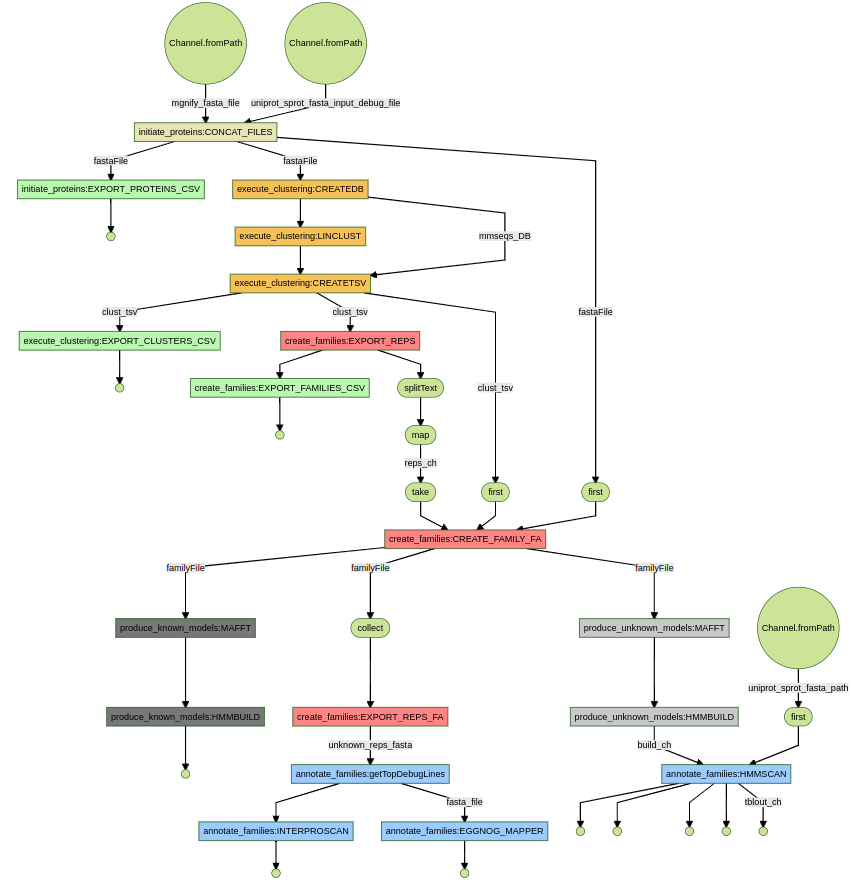
EBI-Metagenomics/mgnifams keeps this Mermaid diagram as mgnifams_mermaid-flow.png. Above is the earlier version. Its source is kept beside it as mgnifams_mermaid-flow.mmd. Source of this version:
```mermaid
flowchart TD
	p0(("Channel.fromPath")) -->|"mgnify_fasta_file"| p2["initiate_proteins:CONCAT_FILES"]
	style p2 fill:#eae3b3
	p1(("Channel.fromPath")) -->|"uniprot_sprot_fasta_input_debug_file"| p2
	p2 -->|"fastaFile"| p3["initiate_proteins:EXPORT_PROTEINS_CSV"]
	style p3 fill:#baf8b1
	p3 --> p4((" "))
	p2 -->|"fastaFile"| p5["execute_clustering:CREATEDB"]
	style p5 fill:#f5c158
	p5 --> p6["execute_clustering:LINCLUST"]
	style p6 fill:#f5c158
	p6 --> p7["execute_clustering:CREATETSV"]
	style p7 fill:#f5c158
	p5 -->|"mmseqs_DB"| p7
	p7 -->|"clust_tsv"| p8["execute_clustering:EXPORT_CLUSTERING_CSV"]
	style p8 fill:#baf8b1
	p8 --> p9((" "))
	p7 -->|"clust_tsv"| p10["create_families:EXPORT_REPS"]
	style p10 fill:#ff8585
	p10 --> p11["create_families:EXPORT_FAMILIES_CSV"]
	style p11 fill:#baf8b1
	p11 --> p12((" "))
	p10 --> p13(["splitText"])
	p13 --> p14(["map"])
	p14 -->|"reps_ch"| p17(["take"])
	p7 -->|"clust_tsv"| p15(["first"])
	p15 --> p18["create_families:CREATE_FAMILY_FA"]
	style p18 fill:#ff8585
	p2 -->|"fastaFile"| p16(["first"])
	p16 --> p18
	p17 --> p18
	p18 -->|"familyFile"| p23["produce_known_models:MAFFT"]
	style p23 fill:#787878
	p18 -->|"familyFile"| p19(["collect"])
	p19 --> p20["create_families:EXPORT_REPS_FA"]
	style p20 fill:#ff8585
	p20 -->|"unknown_reps_fasta"| p27["annotate_unknown:getTopDebugLines"]
	style p27 fill:#9cccff
	p18 -->|"familyFile"| p21["produce_unknown_models:MAFFT"]
	style p21 fill:#c8c8c8
	p21 --> p22["produce_unknown_models:HMMBUILD"]
	style p22 fill:#c8c8c8
	p22 -->|"build_ch"| p33["annotate_unknown:HMMSCAN"]
	style p33 fill:#9cccff
	p23 --> p24["produce_known_models:HMMBUILD"]
	style p24 fill:#787878
	p24 --> p25((" "))
	p26(("Channel.fromPath")) -->|"uniprot_sprot_fasta_path"| p32(["first"])
	p27 --> p28["annotate_unknown:INTERPROSCAN"]
	style p28 fill:#9cccff
	p28 --> p29((" "))
	p27 -->|"fasta_file"| p30["annotate_unknown:EGGNOG_MAPPER"]
	style p30 fill:#9cccff
	p30 --> p31((" "))
	p32 --> p33
	p33 --> p38((" "))
	p33 --> p37((" "))
	p33 --> p36((" "))
	p33 --> p35((" "))
	p33 -->|"tblout_ch"| p34((" "))

```
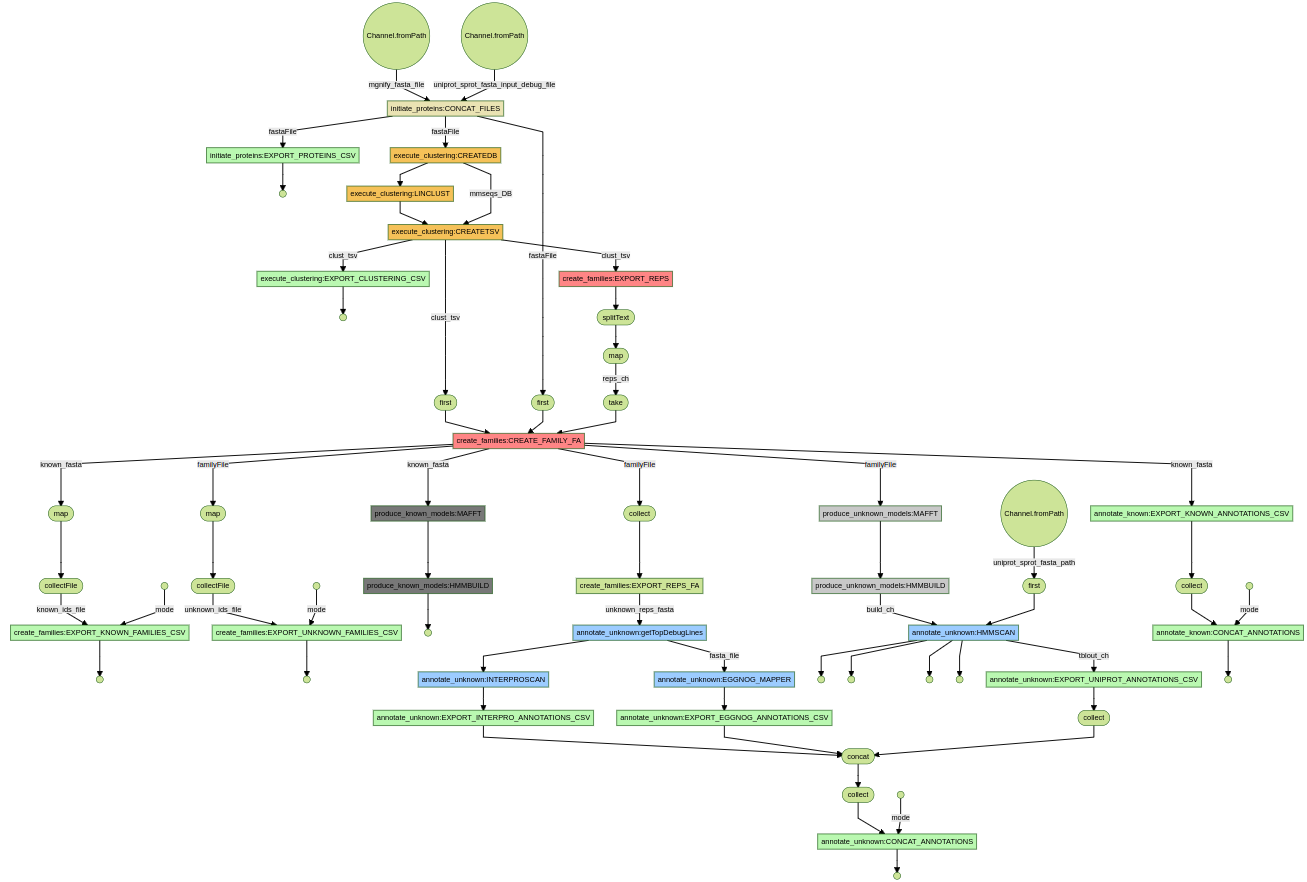
Later version of the same file.

Commit message:
exporting unknown fam annotations CSVs

Change to the diagram source:
```diff
@@ -1,61 +1,145 @@
 flowchart TD
-	p0(("Channel.fromPath")) -->|"mgnify_fasta_file"| p2["initiate_proteins:CONCAT_FILES"]
-	style p2 fill:#eae3b3
-	p1(("Channel.fromPath")) -->|"uniprot_sprot_fasta_input_debug_file"| p2
-	p2 -->|"fastaFile"| p3["initiate_proteins:EXPORT_PROTEINS_CSV"]
-	style p3 fill:#baf8b1
-	p3 --> p4((" "))
-	p2 -->|"fastaFile"| p5["execute_clustering:CREATEDB"]
-	style p5 fill:#f5c158
-	p5 --> p6["execute_clustering:LINCLUST"]
-	style p6 fill:#f5c158
-	p6 --> p7["execute_clustering:CREATETSV"]
-	style p7 fill:#f5c158
-	p5 -->|"mmseqs_DB"| p7
-	p7 -->|"clust_tsv"| p8["execute_clustering:EXPORT_CLUSTERING_CSV"]
-	style p8 fill:#baf8b1
-	p8 --> p9((" "))
-	p7 -->|"clust_tsv"| p10["create_families:EXPORT_REPS"]
-	style p10 fill:#ff8585
-	p10 --> p11["create_families:EXPORT_FAMILIES_CSV"]
-	style p11 fill:#baf8b1
-	p11 --> p12((" "))
-	p10 --> p13(["splitText"])
-	p13 --> p14(["map"])
-	p14 -->|"reps_ch"| p17(["take"])
-	p7 -->|"clust_tsv"| p15(["first"])
-	p15 --> p18["create_families:CREATE_FAMILY_FA"]
-	style p18 fill:#ff8585
-	p2 -->|"fastaFile"| p16(["first"])
-	p16 --> p18
-	p17 --> p18
-	p18 -->|"familyFile"| p23["produce_known_models:MAFFT"]
-	style p23 fill:#787878
-	p18 -->|"familyFile"| p19(["collect"])
-	p19 --> p20["create_families:EXPORT_REPS_FA"]
-	style p20 fill:#ff8585
-	p20 -->|"unknown_reps_fasta"| p27["annotate_unknown:getTopDebugLines"]
-	style p27 fill:#9cccff
-	p18 -->|"familyFile"| p21["produce_unknown_models:MAFFT"]
-	style p21 fill:#c8c8c8
-	p21 --> p22["produce_unknown_models:HMMBUILD"]
-	style p22 fill:#c8c8c8
-	p22 -->|"build_ch"| p33["annotate_unknown:HMMSCAN"]
-	style p33 fill:#9cccff
-	p23 --> p24["produce_known_models:HMMBUILD"]
-	style p24 fill:#787878
-	p24 --> p25((" "))
-	p26(("Channel.fromPath")) -->|"uniprot_sprot_fasta_path"| p32(["first"])
-	p27 --> p28["annotate_unknown:INTERPROSCAN"]
-	style p28 fill:#9cccff
-	p28 --> p29((" "))
-	p27 -->|"fasta_file"| p30["annotate_unknown:EGGNOG_MAPPER"]
-	style p30 fill:#9cccff
-	p30 --> p31((" "))
-	p32 --> p33
-	p33 --> p38((" "))
-	p33 --> p37((" "))
-	p33 --> p36((" "))
-	p33 --> p35((" "))
-	p33 -->|"tblout_ch"| p34((" "))
-
+    p0((Channel.fromPath))
+    p1((Channel.fromPath))
+    p2[initiate_proteins:CONCAT_FILES]
+    style p2 fill:#eae3b3
+    p3[initiate_proteins:EXPORT_PROTEINS_CSV]
+    style p3 fill:#baf8b1
+    p4(( ))
+    p5[execute_clustering:CREATEDB]
+    style p5 fill:#f5c158
+    p6[execute_clustering:LINCLUST]
+    style p6 fill:#f5c158
+    p7[execute_clustering:CREATETSV]
+    style p7 fill:#f5c158
+    p8[execute_clustering:EXPORT_CLUSTERING_CSV]
+    style p8 fill:#baf8b1
+    p9(( ))
+    p10[create_families:EXPORT_REPS]
+    style p10 fill:#ff8585
+    p11([splitText])
+    p12([map])
+    p13([first])
+    p14([first])
+    p15([take])
+    p16[create_families:CREATE_FAMILY_FA]
+    style p16 fill:#ff8585
+    p17([map])
+    p18([collectFile])
+    p19(( ))
+    p20[create_families:EXPORT_KNOWN_FAMILIES_CSV]
+    style p20 fill:#baf8b1
+    p21(( ))
+    p22([collect])
+    p23[create_families:EXPORT_REPS_FA]
+    p24([map])
+    p25([collectFile])
+    p26(( ))
+    p27[create_families:EXPORT_UNKNOWN_FAMILIES_CSV]
+    style p27 fill:#baf8b1
+    p28(( ))
+    p29[produce_unknown_models:MAFFT]
+    style p29 fill:#c8c8c8
+    p30[produce_unknown_models:HMMBUILD]
+    style p30 fill:#c8c8c8
+    p31[produce_known_models:MAFFT]
+    style p31 fill:#787878
+    p32[produce_known_models:HMMBUILD]
+    style p32 fill:#787878
+    p33(( ))
+    p34((Channel.fromPath))
+    p35[annotate_unknown:getTopDebugLines]
+    style p35 fill:#9cccff
+    p36[annotate_unknown:INTERPROSCAN]
+    style p36 fill:#9cccff
+    p37[annotate_unknown:EGGNOG_MAPPER]
+    style p37 fill:#9cccff
+    p38([first])
+    p39[annotate_unknown:HMMSCAN]
+    style p39 fill:#9cccff
+    p40(( ))
+    p41(( ))
+    p42(( ))
+    p43(( ))
+    p44[annotate_unknown:EXPORT_INTERPRO_ANNOTATIONS_CSV]
+    style p44 fill:#baf8b1
+    p45[annotate_unknown:EXPORT_EGGNOG_ANNOTATIONS_CSV]
+    style p45 fill:#baf8b1
+    p46[annotate_unknown:EXPORT_UNIPROT_ANNOTATIONS_CSV]
+    style p46 fill:#baf8b1
+    p47([collect])
+    p48([concat])
+    p49([collect])
+    p50(( ))
+    p51[annotate_unknown:CONCAT_ANNOTATIONS]
+    style p51 fill:#baf8b1
+    p52(( ))
+    p53[annotate_known:EXPORT_KNOWN_ANNOTATIONS_CSV]
+    style p53 fill:#baf8b1
+    p54([collect])
+    p55(( ))
+    p56[annotate_known:CONCAT_ANNOTATIONS]
+    style p56 fill:#baf8b1
+    p57(( ))
+    p0 -->|mgnify_fasta_file| p2
+    p1 -->|uniprot_sprot_fasta_input_debug_file| p2
+    p2 -->|fastaFile| p3
+    p3 --> p4
+    p2 -->|fastaFile| p5
+    p5 --> p6
+    p6 --> p7
+    p5 -->|mmseqs_DB| p7
+    p7 -->|clust_tsv| p8
+    p8 --> p9
+    p7 -->|clust_tsv| p10
+    p10 --> p11
+    p11 --> p12
+    p12 -->|reps_ch| p15
+    p7 -->|clust_tsv| p13
+    p13 --> p16
+    p2 -->|fastaFile| p14
+    p14 --> p16
+    p15 --> p16
+    p16 -->|known_fasta| p17
+    p16 -->|familyFile| p22
+    p17 --> p18
+    p18 -->|known_ids_file| p20
+    p19 -->|mode| p20
+    p20 --> p21
+    p22 --> p23
+    p23 -->|unknown_reps_fasta| p35
+    p16 -->|familyFile| p24
+    p24 --> p25
+    p25 -->|unknown_ids_file| p27
+    p26 -->|mode| p27
+    p27 --> p28
+    p16 -->|familyFile| p29
+    p29 --> p30
+    p30 -->|build_ch| p39
+    p16 -->|known_fasta| p31
+    p31 --> p32
+    p32 --> p33
+    p34 -->|uniprot_sprot_fasta_path| p38
+    p35 --> p36
+    p36 --> p44
+    p35 -->|fasta_file| p37
+    p37 --> p45
+    p38 --> p39
+    p39 --> p43
+    p39 --> p42
+    p39 --> p41
+    p39 --> p40
+    p39 -->|tblout_ch| p46
+    p44 --> p48
+    p45 --> p48
+    p46 --> p47
+    p47 --> p48
+    p48 --> p49
+    p49 --> p51
+    p50 -->|mode| p51
+    p51 --> p52
+    p16 -->|known_fasta| p53
+    p53 --> p54
+    p54 --> p56
+    p55 -->|mode| p56
+    p56 --> p57
```
